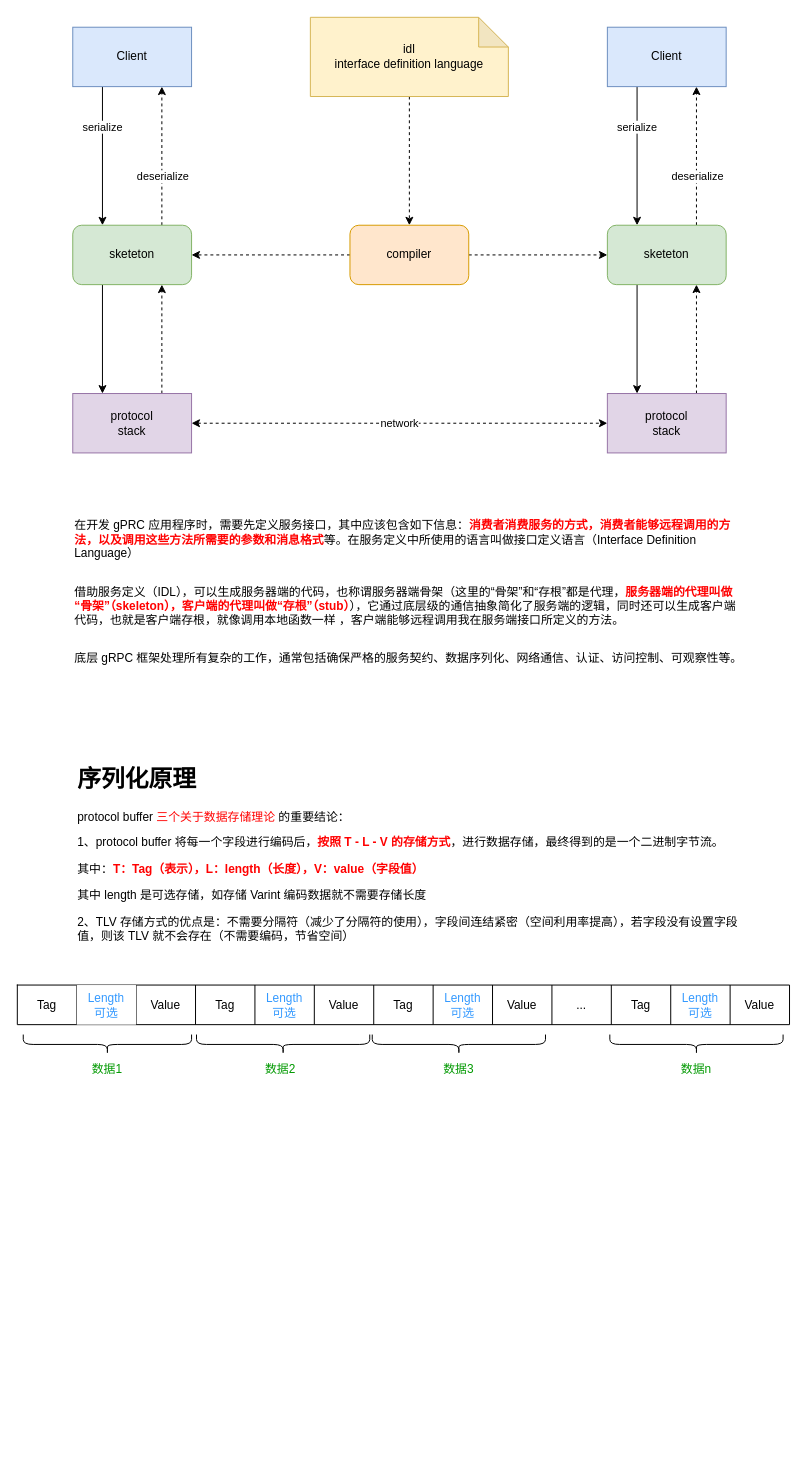
This is other/protobuf.drawio from thebesteric/draw.io, a draw.io file, before an edit. Source tidied: cells renumbered, new cells numbered last; positions are measured from the earlier drawing's top-left corner, leaving out a move shared by most shapes. Both pictures are drawn from the tidied source at 99%, with x=0, y=0 at pixel (17, 17).
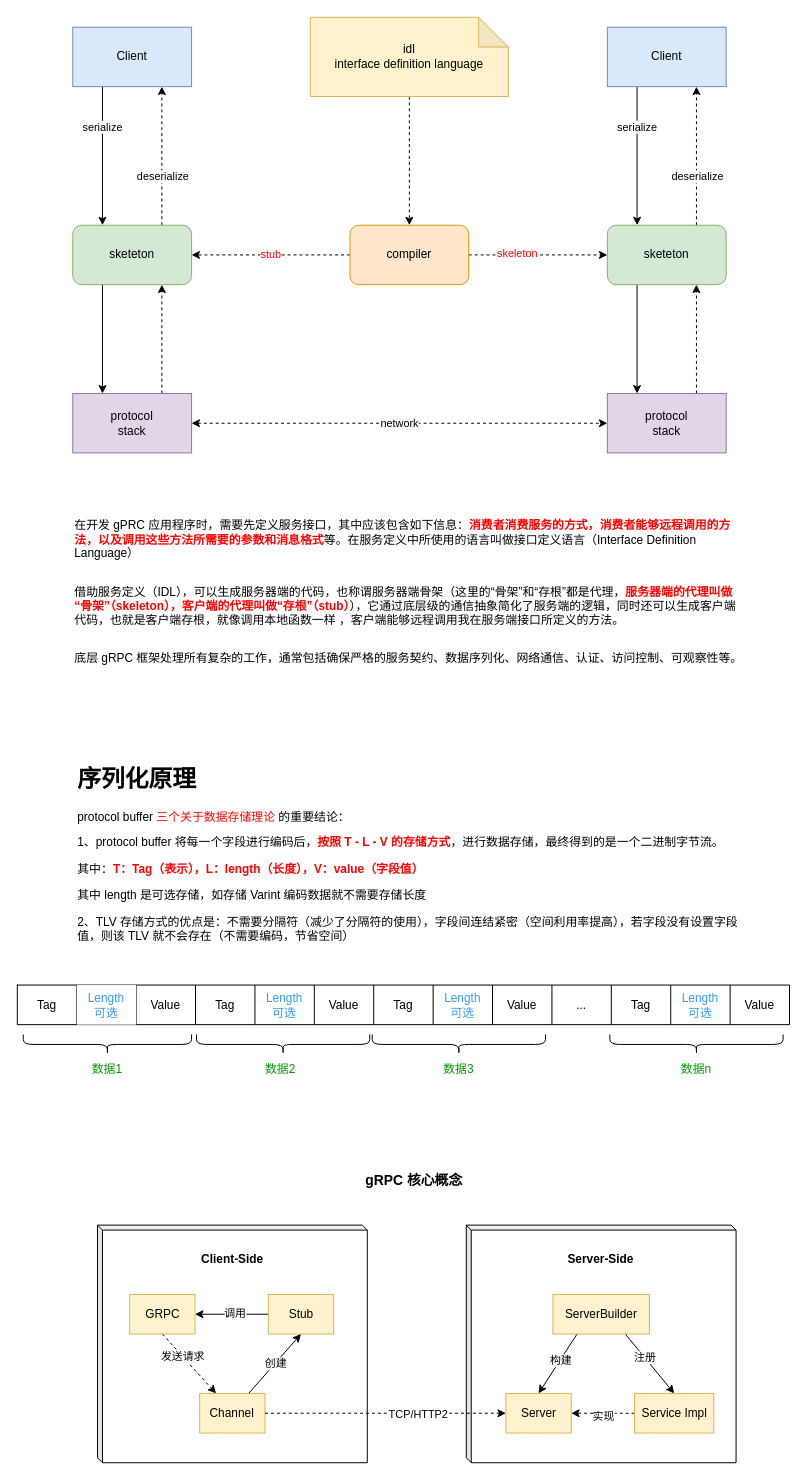
Above is the later version.

Unchanged cells that the change refers to:
```xml
<mxCell id="5" value="sketeton" style="rounded=1;whiteSpace=wrap;html=1;fillColor=#d5e8d4;strokeColor=#82b366;" parent="1" vertex="1">
  <mxGeometry x="56" y="210" width="120" height="60" as="geometry" />
</mxCell>
<mxCell id="15" style="edgeStyle=orthogonalEdgeStyle;rounded=0;jettySize=auto;html=1;exitX=1;exitY=0.5;exitDx=0;exitDy=0;dashed=1;" parent="1" edge="1" source="16" target="20">
  <mxGeometry relative="1" as="geometry" />
</mxCell>
<mxCell id="16" value="compiler" style="rounded=1;whiteSpace=wrap;html=1;fillColor=#ffe6cc;strokeColor=#d79b00;" parent="1" vertex="1">
  <mxGeometry x="336" y="210" width="120" height="60" as="geometry" />
</mxCell>
```

What changed in the source:
```diff
@@
-    <mxCell id="14" style="edgeStyle=orthogonalEdgeStyle;rounded=0;jettySize=auto;html=1;exitX=0;exitY=0.5;exitDx=0;exitDy=0;entryX=1;entryY=0.5;entryDx=0;entryDy=0;dashed=1;" parent="1" edge="1" source="16" target="5">
+    <mxCell id="14" value="&lt;font color=&quot;#ff0000&quot;&gt;stub&lt;/font&gt;" style="edgeStyle=orthogonalEdgeStyle;rounded=0;jettySize=auto;html=1;exitX=0;exitY=0.5;exitDx=0;exitDy=0;entryX=1;entryY=0.5;entryDx=0;entryDy=0;dashed=1;" parent="1" edge="1" source="16" target="5">
       <mxGeometry relative="1" as="geometry" />
     </mxCell>
@@
+    <mxCell id="51" value="skeleton" style="edgeLabel;html=1;align=center;verticalAlign=middle;fontColor=#FF0000;" parent="15" vertex="1">
+      <mxGeometry x="-0.31" y="2" relative="1" as="geometry" />
+    </mxCell>
@@
+    <mxCell id="52" style="shape=cube;whiteSpace=wrap;html=1;boundedLbl=1;backgroundOutline=1;darkOpacity=0.05;darkOpacity2=0.1;labelBackgroundColor=none;labelBorderColor=none;fontColor=#FF0000;gradientColor=none;size=5;" parent="1" vertex="1">
+      <mxGeometry x="81" y="1220" width="272.5" height="240" as="geometry" />
+    </mxCell>
+    <mxCell id="53" value="&lt;font color=&quot;#000000&quot;&gt;&lt;b&gt;Client-Side&lt;/b&gt;&lt;/font&gt;" style="text;html=1;strokeColor=none;fillColor=none;align=center;verticalAlign=middle;whiteSpace=wrap;rounded=0;labelBackgroundColor=none;labelBorderColor=none;fontColor=#FF0000;" parent="1" vertex="1">
+      <mxGeometry x="169.8" y="1240" width="95" height="30" as="geometry" />
+    </mxCell>
+    <mxCell id="54" style="edgeStyle=none;rounded=0;jettySize=auto;html=1;exitX=0.5;exitY=1;exitDx=0;exitDy=0;entryX=0.25;entryY=0;entryDx=0;entryDy=0;fontColor=#000000;dashed=1;" parent="1" edge="1" source="56" target="62">
+      <mxGeometry relative="1" as="geometry" />
+    </mxCell>
+    <mxCell id="55" value="发送请求" style="edgeLabel;html=1;align=center;verticalAlign=middle;fontColor=#000000;" parent="54" vertex="1">
+      <mxGeometry x="-0.26" relative="1" as="geometry" />
+    </mxCell>
+    <mxCell id="56" value="&lt;font color=&quot;#000000&quot;&gt;GRPC&lt;/font&gt;" style="rounded=0;whiteSpace=wrap;html=1;labelBackgroundColor=none;labelBorderColor=none;fillColor=#fff2cc;strokeColor=#d6b656;" parent="1" vertex="1">
+      <mxGeometry x="113.5" y="1290" width="66" height="40" as="geometry" />
+    </mxCell>
+    <mxCell id="57" style="edgeStyle=orthogonalEdgeStyle;rounded=0;jettySize=auto;html=1;exitX=0;exitY=0.5;exitDx=0;exitDy=0;entryX=1;entryY=0.5;entryDx=0;entryDy=0;fontColor=#000000;" parent="1" edge="1" source="59" target="56">
+      <mxGeometry relative="1" as="geometry" />
+    </mxCell>
+    <mxCell id="58" value="调用" style="edgeLabel;html=1;align=center;verticalAlign=middle;fontColor=#000000;" parent="57" vertex="1">
+      <mxGeometry x="-0.08" y="-2" relative="1" as="geometry" />
+    </mxCell>
+    <mxCell id="59" value="&lt;font color=&quot;#000000&quot;&gt;Stub&lt;/font&gt;" style="rounded=0;whiteSpace=wrap;html=1;labelBackgroundColor=none;labelBorderColor=none;fillColor=#fff2cc;strokeColor=#d6b656;" parent="1" vertex="1">
+      <mxGeometry x="253.5" y="1290" width="66" height="40" as="geometry" />
+    </mxCell>
+    <mxCell id="60" style="rounded=0;jettySize=auto;html=1;exitX=0.75;exitY=0;exitDx=0;exitDy=0;entryX=0.5;entryY=1;entryDx=0;entryDy=0;fontColor=#000000;" parent="1" edge="1" source="62" target="59">
+      <mxGeometry relative="1" as="geometry" />
+    </mxCell>
+    <mxCell id="61" value="创建" style="edgeLabel;html=1;align=center;verticalAlign=middle;fontColor=#000000;" parent="60" vertex="1">
+      <mxGeometry x="0.01" relative="1" as="geometry" />
+    </mxCell>
+    <mxCell id="62" value="&lt;font color=&quot;#000000&quot;&gt;Channel&lt;/font&gt;" style="rounded=0;whiteSpace=wrap;html=1;labelBackgroundColor=none;labelBorderColor=none;fillColor=#fff2cc;strokeColor=#d6b656;" parent="1" vertex="1">
+      <mxGeometry x="184.2" y="1390" width="66" height="40" as="geometry" />
+    </mxCell>
+    <mxCell id="63" style="shape=cube;whiteSpace=wrap;html=1;boundedLbl=1;backgroundOutline=1;darkOpacity=0.05;darkOpacity2=0.1;labelBackgroundColor=none;labelBorderColor=none;fontColor=#FF0000;gradientColor=none;size=5;" parent="1" vertex="1">
+      <mxGeometry x="453.5" y="1220" width="272.5" height="240" as="geometry" />
+    </mxCell>
+    <mxCell id="64" value="&lt;font color=&quot;#000000&quot;&gt;&lt;b&gt;Server-Side&lt;/b&gt;&lt;/font&gt;" style="text;html=1;strokeColor=none;fillColor=none;align=center;verticalAlign=middle;whiteSpace=wrap;rounded=0;labelBackgroundColor=none;labelBorderColor=none;fontColor=#FF0000;" parent="1" vertex="1">
+      <mxGeometry x="542.2" y="1240" width="95" height="30" as="geometry" />
+    </mxCell>
+    <mxCell id="65" style="edgeStyle=none;rounded=0;jettySize=auto;html=1;exitX=0.25;exitY=1;exitDx=0;exitDy=0;entryX=0.5;entryY=0;entryDx=0;entryDy=0;fontColor=#000000;" parent="1" edge="1" source="69" target="72">
+      <mxGeometry relative="1" as="geometry" />
+    </mxCell>
+    <mxCell id="66" value="构建" style="edgeLabel;html=1;align=center;verticalAlign=middle;fontColor=#000000;" parent="65" vertex="1">
+      <mxGeometry x="-0.13" relative="1" as="geometry" />
+    </mxCell>
+    <mxCell id="67" style="edgeStyle=none;rounded=0;jettySize=auto;html=1;exitX=0.75;exitY=1;exitDx=0;exitDy=0;entryX=0.5;entryY=0;entryDx=0;entryDy=0;fontColor=#000000;" parent="1" edge="1" source="69" target="75">
+      <mxGeometry relative="1" as="geometry" />
+    </mxCell>
+    <mxCell id="68" value="注册" style="edgeLabel;html=1;align=center;verticalAlign=middle;fontColor=#000000;" parent="67" vertex="1">
+      <mxGeometry x="-0.23" relative="1" as="geometry" />
+    </mxCell>
+    <mxCell id="69" value="ServerBuilder" style="rounded=0;whiteSpace=wrap;html=1;labelBackgroundColor=none;labelBorderColor=none;fillColor=#fff2cc;strokeColor=#d6b656;" parent="1" vertex="1">
+      <mxGeometry x="541" y="1290" width="97.5" height="40" as="geometry" />
+    </mxCell>
+    <mxCell id="70" style="rounded=0;orthogonalLoop=1;jettySize=auto;html=1;exitX=0.75;exitY=0;exitDx=0;exitDy=0;entryX=0.5;entryY=1;entryDx=0;entryDy=0;fontColor=#000000;" parent="1" edge="1">
+      <mxGeometry relative="1" as="geometry">
+        <mxPoint x="621.5" y="1330" as="targetPoint" />
+      </mxGeometry>
+    </mxCell>
+    <mxCell id="71" value="创建" style="edgeLabel;html=1;align=center;verticalAlign=middle;fontColor=#000000;" parent="70" vertex="1">
+      <mxGeometry x="0.01" relative="1" as="geometry" />
+    </mxCell>
+    <mxCell id="72" value="&lt;font color=&quot;#000000&quot;&gt;Server&lt;/font&gt;" style="rounded=0;whiteSpace=wrap;html=1;labelBackgroundColor=none;labelBorderColor=none;fillColor=#fff2cc;strokeColor=#d6b656;" parent="1" vertex="1">
+      <mxGeometry x="493.5" y="1390" width="66" height="40" as="geometry" />
+    </mxCell>
+    <mxCell id="73" style="edgeStyle=none;rounded=0;jettySize=auto;html=1;exitX=0;exitY=0.5;exitDx=0;exitDy=0;entryX=1;entryY=0.5;entryDx=0;entryDy=0;fontColor=#000000;dashed=1;" parent="1" edge="1" source="75" target="72">
+      <mxGeometry relative="1" as="geometry" />
+    </mxCell>
+    <mxCell id="74" value="实现" style="edgeLabel;html=1;align=center;verticalAlign=middle;fontColor=#000000;" parent="73" vertex="1">
+      <mxGeometry y="2" relative="1" as="geometry" />
+    </mxCell>
+    <mxCell id="75" value="Service Impl" style="rounded=0;whiteSpace=wrap;html=1;labelBackgroundColor=none;labelBorderColor=none;fillColor=#fff2cc;strokeColor=#d6b656;" parent="1" vertex="1">
+      <mxGeometry x="623.5" y="1390" width="80" height="40" as="geometry" />
+    </mxCell>
+    <mxCell id="76" style="edgeStyle=none;rounded=0;jettySize=auto;html=1;exitX=1;exitY=0.5;exitDx=0;exitDy=0;entryX=0;entryY=0.5;entryDx=0;entryDy=0;dashed=1;fontColor=#000000;" parent="1" edge="1" source="62" target="72">
+      <mxGeometry relative="1" as="geometry" />
+    </mxCell>
+    <mxCell id="77" value="TCP/HTTP2" style="edgeLabel;html=1;align=center;verticalAlign=middle;fontColor=#000000;" parent="76" vertex="1">
+      <mxGeometry x="0.14" y="2" relative="1" as="geometry">
+        <mxPoint x="15" y="2" as="offset" />
+      </mxGeometry>
+    </mxCell>
+    <mxCell id="78" value="&lt;b&gt;&lt;font style=&quot;font-size: 14px&quot;&gt;gRPC 核心概念&lt;/font&gt;&lt;/b&gt;" style="text;html=1;strokeColor=none;fillColor=none;align=center;verticalAlign=middle;whiteSpace=wrap;rounded=0;labelBackgroundColor=none;labelBorderColor=none;fontColor=#000000;" parent="1" vertex="1">
+      <mxGeometry x="326" y="1160" width="150" height="30" as="geometry" />
+    </mxCell>
```
